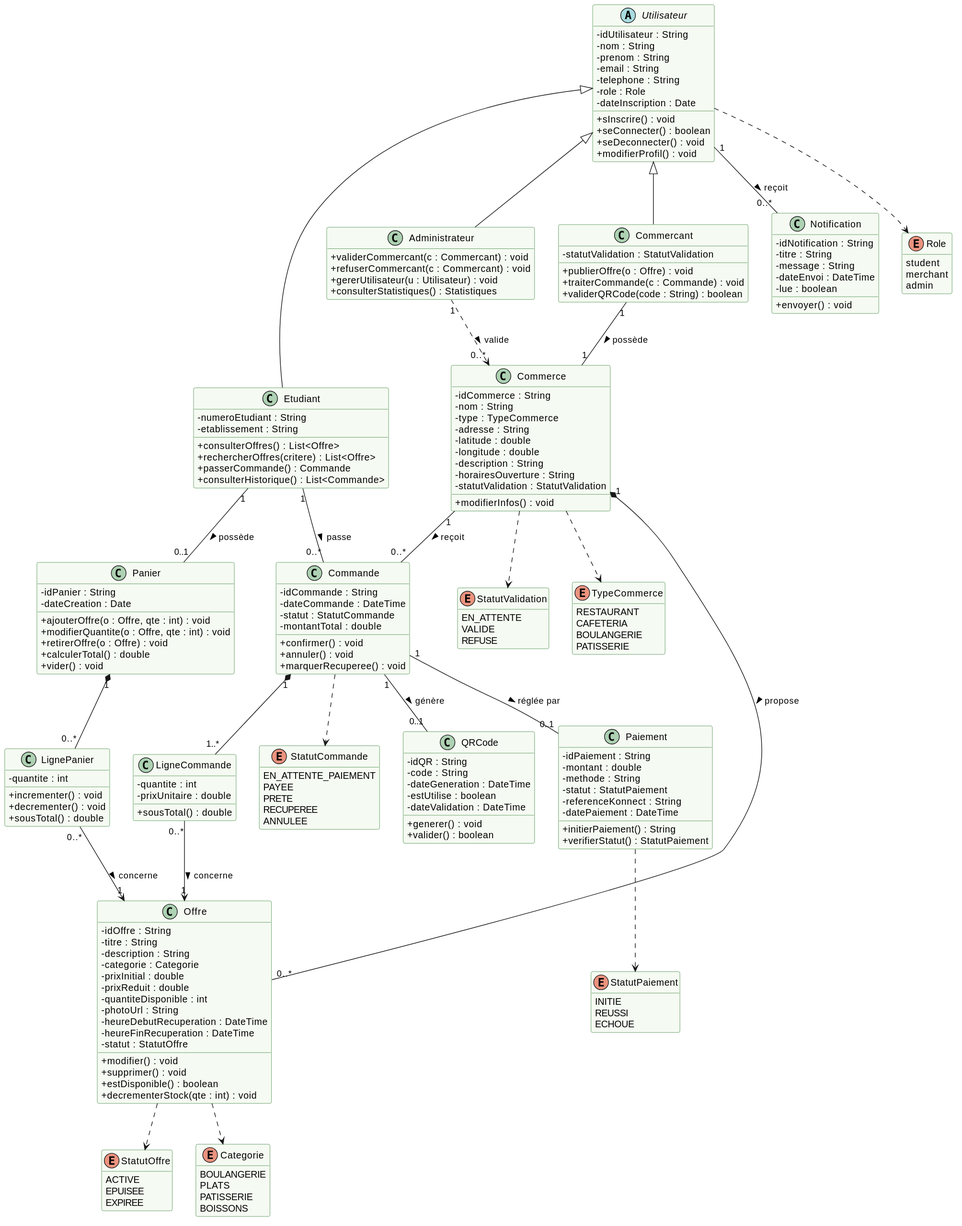
Earlier version of the PlantUML export docs/uml/diagramme_classes_CampusSave.svg (RanimObaia/CAMPUSSAVE).
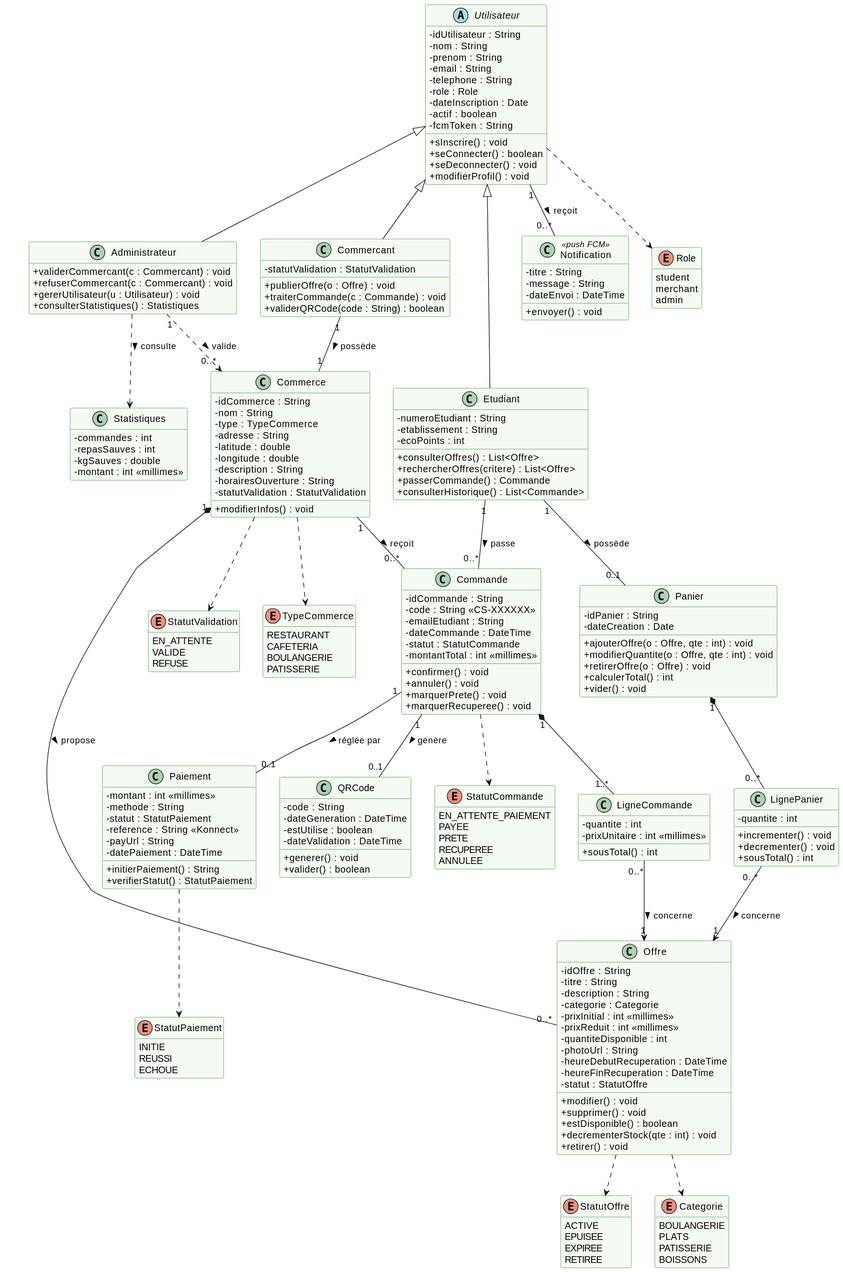
Above is the later version.

What changed in the source:
```diff
@@ -15,6 +15,8 @@
   - telephone : String
   - role : Role
   - dateInscription : Date
+  - actif : boolean
+  - fcmToken : String
   + sInscrire() : void
   + seConnecter() : boolean
   + seDeconnecter() : void
@@ -24,6 +26,7 @@
 class Etudiant {
   - numeroEtudiant : String
   - etablissement : String
+  - ecoPoints : int
   + consulterOffres() : List<Offre>
   + rechercherOffres(critere) : List<Offre>
   + passerCommande() : Commande
@@ -62,8 +65,8 @@
   - titre : String
   - description : String
   - categorie : Categorie
-  - prixInitial : double
-  - prixReduit : double
+  - prixInitial : int <<millimes>>
+  - prixReduit : int <<millimes>>
   - quantiteDisponible : int
   - photoUrl : String
   - heureDebutRecuperation : DateTime
@@ -73,6 +76,7 @@
   + supprimer() : void
   + estDisponible() : boolean
   + decrementerStock(qte : int) : void
+  + retirer() : void
 }
 
 class Panier {
@@ -81,7 +85,7 @@
   + ajouterOffre(o : Offre, qte : int) : void
   + modifierQuantite(o : Offre, qte : int) : void
   + retirerOffre(o : Offre) : void
-  + calculerTotal() : double
+  + calculerTotal() : int
   + vider() : void
 }
 
@@ -89,38 +93,40 @@
   - quantite : int
   + incrementer() : void
   + decrementer() : void
-  + sousTotal() : double
+  + sousTotal() : int
 }
 
 class Commande {
   - idCommande : String
+  - code : String <<CS-XXXXXX>>
+  - emailEtudiant : String
   - dateCommande : DateTime
   - statut : StatutCommande
-  - montantTotal : double
+  - montantTotal : int <<millimes>>
   + confirmer() : void
   + annuler() : void
+  + marquerPrete() : void
   + marquerRecuperee() : void
 }
 
 class LigneCommande {
   - quantite : int
-  - prixUnitaire : double
-  + sousTotal() : double
+  - prixUnitaire : int <<millimes>>
+  + sousTotal() : int
 }
 
 class Paiement {
-  - idPaiement : String
-  - montant : double
+  - montant : int <<millimes>>
   - methode : String
   - statut : StatutPaiement
-  - referenceKonnect : String
+  - reference : String <<Konnect>>
+  - payUrl : String
   - datePaiement : DateTime
   + initierPaiement() : String
   + verifierStatut() : StatutPaiement
 }
 
 class QRCode {
-  - idQR : String
   - code : String
   - dateGeneration : DateTime
   - estUtilise : boolean
@@ -129,13 +135,18 @@
   + valider() : boolean
 }
 
-class Notification {
-  - idNotification : String
+class Notification <<push FCM>> {
   - titre : String
   - message : String
   - dateEnvoi : DateTime
-  - lue : boolean
   + envoyer() : void
+}
+
+class Statistiques {
+  - commandes : int
+  - repasSauves : int
+  - kgSauves : double
+  - montant : int <<millimes>>
 }
 
 enum Role {
@@ -158,6 +169,7 @@
   ACTIVE
   EPUISEE
   EXPIREE
+  RETIREE
 }
 enum StatutCommande {
   EN_ATTENTE_PAIEMENT
@@ -206,4 +218,5 @@
 Offre ..> Categorie
 Commande ..> StatutCommande
 Paiement ..> StatutPaiement
+Administrateur ..> Statistiques : consulte >
 @enduml
```
